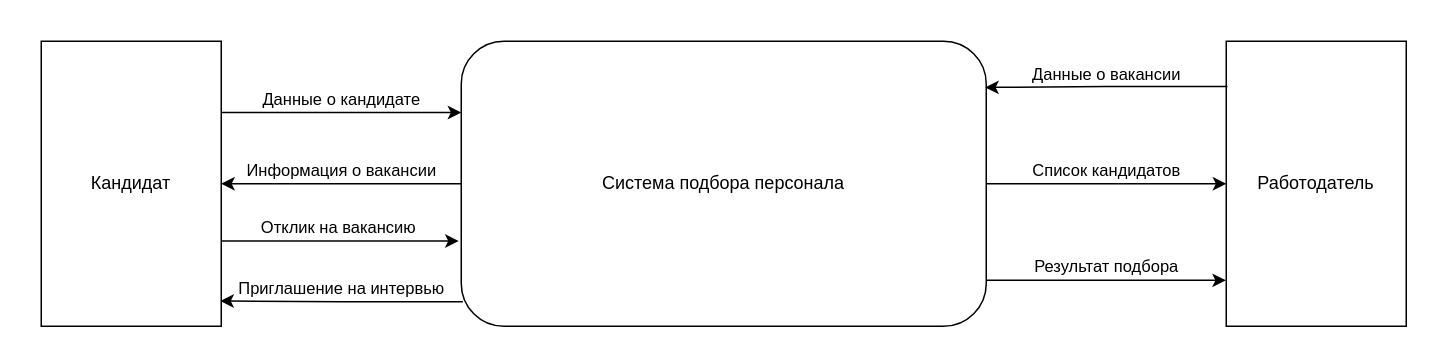
Regdal-cyber/Coursework keeps this draw.io diagram as page "DFD Level 0" (1 of 2) of DFD.drawio. Above is the earlier version. Source tidied: cells renumbered, new cells numbered last; positions are measured from the earlier drawing's top-left corner, leaving out a move shared by most shapes. Both pictures are drawn from the tidied source at 150%, with x=0, y=0 at pixel (40, 40).
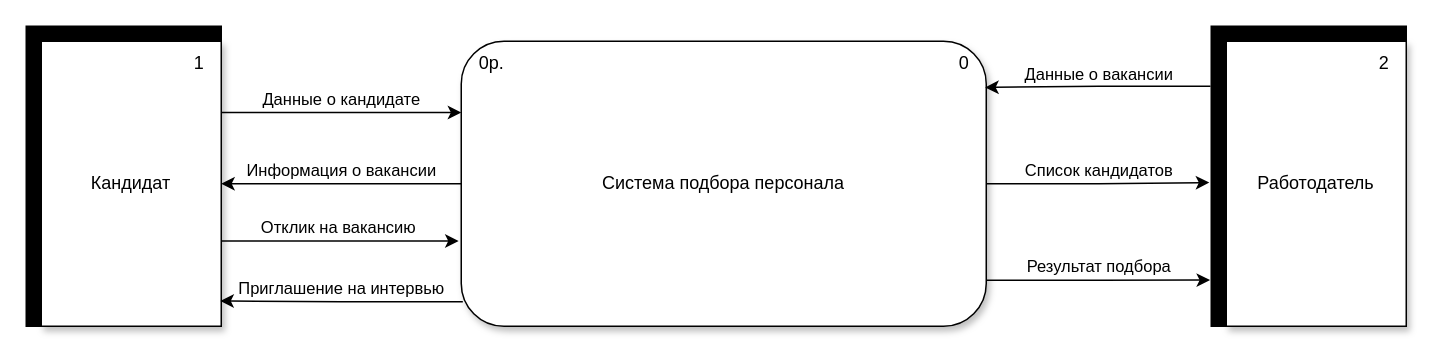
Above is the later version.

Change to the diagram source:
```diff
@@
 <mxGraphModel>
   <root>
     <mxCell id="0" />
     <mxCell id="1" parent="0" />
+    <mxCell id="12" style="verticalLabelPosition=bottom;verticalAlign=top;html=1;shape=mxgraph.basic.rect;fillColor2=none;strokeWidth=1;size=20;indent=5;fillColor=#000000;" parent="1" vertex="1">
+      <mxGeometry x="780" y="-10" width="130" height="200" as="geometry" />
+    </mxCell>
+    <mxCell id="13" style="verticalLabelPosition=bottom;verticalAlign=top;html=1;shape=mxgraph.basic.rect;fillColor2=none;strokeWidth=1;size=20;indent=5;fillColor=#000000;" parent="1" vertex="1">
+      <mxGeometry x="-10" y="-10" width="130" height="200" as="geometry" />
+    </mxCell>
     <mxCell id="2" value="Информация о вакансии" style="edgeStyle=orthogonalEdgeStyle;rounded=0;jettySize=auto;html=1;entryX=1;entryY=0.5;entryDx=0;entryDy=0;labelBackgroundColor=none;verticalAlign=bottom;" parent="1" edge="1" source="3" target="6">
       <mxGeometry relative="1" as="geometry" />
     </mxCell>
-    <mxCell id="3" value="Система подбора персонала" style="rounded=1;whiteSpace=wrap;html=1;" parent="1" vertex="1">
+    <mxCell id="3" value="Система подбора персонала" style="rounded=1;whiteSpace=wrap;html=1;shadow=1;" parent="1" vertex="1">
       <mxGeometry x="280" width="350" height="190" as="geometry" />
     </mxCell>
     <mxCell id="4" value="Данные о кандидате" style="edgeStyle=orthogonalEdgeStyle;rounded=0;jettySize=auto;html=1;exitX=1;exitY=0.25;exitDx=0;exitDy=0;entryX=0;entryY=0.25;entryDx=0;entryDy=0;verticalAlign=bottom;labelBackgroundColor=none;" parent="1" edge="1" source="6" target="3">
       <mxGeometry relative="1" as="geometry" />
     </mxCell>
     <mxCell id="5" value="Отклик на вакансию" style="edgeStyle=orthogonalEdgeStyle;rounded=0;jettySize=auto;html=1;exitX=0.976;exitY=0.701;exitDx=0;exitDy=0;exitPerimeter=0;labelBackgroundColor=none;verticalAlign=bottom;entryX=-0.005;entryY=0.701;entryDx=0;entryDy=0;entryPerimeter=0;" parent="1" edge="1" source="6" target="3">
       <mxGeometry relative="1" as="geometry" />
     </mxCell>
-    <mxCell id="6" value="Кандидат" style="rounded=0;whiteSpace=wrap;html=1;" parent="1" vertex="1">
+    <mxCell id="6" value="Кандидат" style="rounded=0;whiteSpace=wrap;html=1;shadow=1;glass=0;comic=0;" parent="1" vertex="1">
       <mxGeometry width="120" height="190" as="geometry" />
     </mxCell>
-    <mxCell id="7" value="Работодатель" style="rounded=0;whiteSpace=wrap;html=1;" parent="1" vertex="1">
+    <mxCell id="7" value="Работодатель" style="rounded=0;whiteSpace=wrap;html=1;shadow=1;" parent="1" vertex="1">
       <mxGeometry x="790" width="120" height="190" as="geometry" />
     </mxCell>
     <mxCell id="8" value="Приглашение на интервью" style="edgeStyle=orthogonalEdgeStyle;rounded=0;jettySize=auto;html=1;entryX=0.995;entryY=0.911;entryDx=0;entryDy=0;labelBackgroundColor=none;verticalAlign=bottom;exitX=0.003;exitY=0.914;exitDx=0;exitDy=0;exitPerimeter=0;entryPerimeter=0;" parent="1" edge="1" source="3" target="6">
       <mxGeometry relative="1" as="geometry" />
     </mxCell>
-    <mxCell id="9" value="Данные о вакансии" style="edgeStyle=orthogonalEdgeStyle;rounded=0;jettySize=auto;html=1;entryX=0.998;entryY=0.162;entryDx=0;entryDy=0;labelBackgroundColor=none;verticalAlign=bottom;exitX=0.007;exitY=0.159;exitDx=0;exitDy=0;exitPerimeter=0;entryPerimeter=0;" parent="1" edge="1" source="7" target="3">
+    <mxCell id="9" value="Данные о вакансии" style="edgeStyle=orthogonalEdgeStyle;rounded=0;jettySize=auto;html=1;entryX=0.998;entryY=0.162;entryDx=0;entryDy=0;labelBackgroundColor=none;verticalAlign=bottom;exitX=-0.004;exitY=0.2;exitDx=0;exitDy=0;exitPerimeter=0;entryPerimeter=0;" parent="1" edge="1" source="12" target="3">
       <mxGeometry relative="1" as="geometry" />
     </mxCell>
-    <mxCell id="10" value="Список кандидатов" style="edgeStyle=orthogonalEdgeStyle;rounded=0;jettySize=auto;html=1;exitX=1;exitY=0.5;exitDx=0;exitDy=0;labelBackgroundColor=none;verticalAlign=bottom;entryX=0;entryY=0.5;entryDx=0;entryDy=0;" parent="1" edge="1" source="3" target="7">
+    <mxCell id="10" value="Список кандидатов" style="edgeStyle=orthogonalEdgeStyle;rounded=0;jettySize=auto;html=1;exitX=1;exitY=0.5;exitDx=0;exitDy=0;labelBackgroundColor=none;verticalAlign=bottom;entryX=-0.01;entryY=0.521;entryDx=0;entryDy=0;entryPerimeter=0;" parent="1" edge="1" source="3" target="12">
       <mxGeometry relative="1" as="geometry" />
     </mxCell>
-    <mxCell id="11" value="Результат подбора" style="edgeStyle=orthogonalEdgeStyle;rounded=0;jettySize=auto;html=1;labelBackgroundColor=none;verticalAlign=bottom;entryX=-0.002;entryY=0.839;entryDx=0;entryDy=0;entryPerimeter=0;exitX=1;exitY=0.839;exitDx=0;exitDy=0;exitPerimeter=0;" parent="1" edge="1" source="3" target="7">
+    <mxCell id="11" value="Результат подбора" style="edgeStyle=orthogonalEdgeStyle;rounded=0;jettySize=auto;html=1;labelBackgroundColor=none;verticalAlign=bottom;entryX=-0.006;entryY=0.846;entryDx=0;entryDy=0;entryPerimeter=0;exitX=1;exitY=0.839;exitDx=0;exitDy=0;exitPerimeter=0;" parent="1" edge="1" source="3" target="12">
       <mxGeometry relative="1" as="geometry" />
     </mxCell>
+    <mxCell id="14" value="1" style="text;html=1;align=center;verticalAlign=middle;strokeColor=none;fillColor=none;" parent="1" vertex="1">
+      <mxGeometry x="90" width="30" height="30" as="geometry" />
+    </mxCell>
+    <mxCell id="15" value="2" style="text;html=1;align=center;verticalAlign=middle;strokeColor=none;fillColor=none;" parent="1" vertex="1">
+      <mxGeometry x="880" width="30" height="30" as="geometry" />
+    </mxCell>
+    <mxCell id="16" value="0" style="text;html=1;align=center;verticalAlign=middle;strokeColor=none;fillColor=none;" parent="1" vertex="1">
+      <mxGeometry x="600" width="30" height="30" as="geometry" />
+    </mxCell>
+    <mxCell id="17" value="0p." style="text;html=1;align=center;verticalAlign=middle;strokeColor=none;fillColor=none;" parent="1" vertex="1">
+      <mxGeometry x="280" width="40" height="30" as="geometry" />
+    </mxCell>
   </root>
 </mxGraphModel>
```
